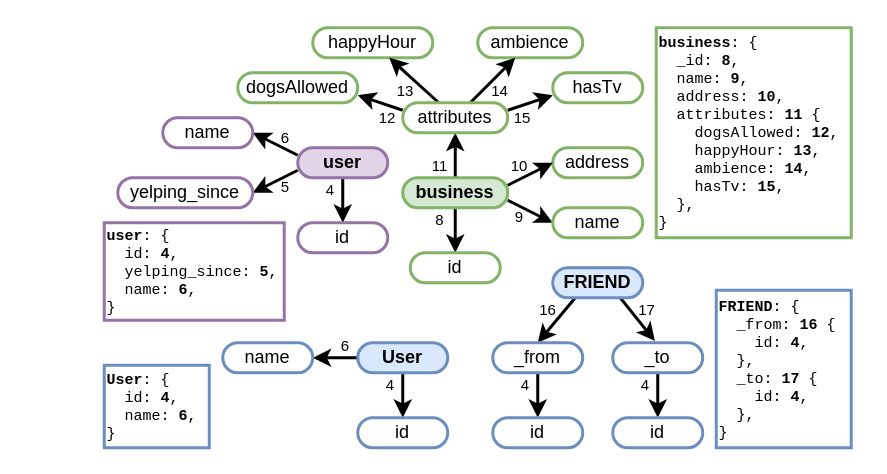
The draw.io diagram page "mapping_other" (5 of 16) of img/src/commentary.drawio in tuaki/phd-thesis, before the edit. Source tidied: cells renumbered, new cells numbered last; positions are measured from the earlier drawing's top-left corner, leaving out a move shared by most shapes. Both pictures are drawn from the tidied source at 150%, with x=0, y=0 at pixel (104, 27).
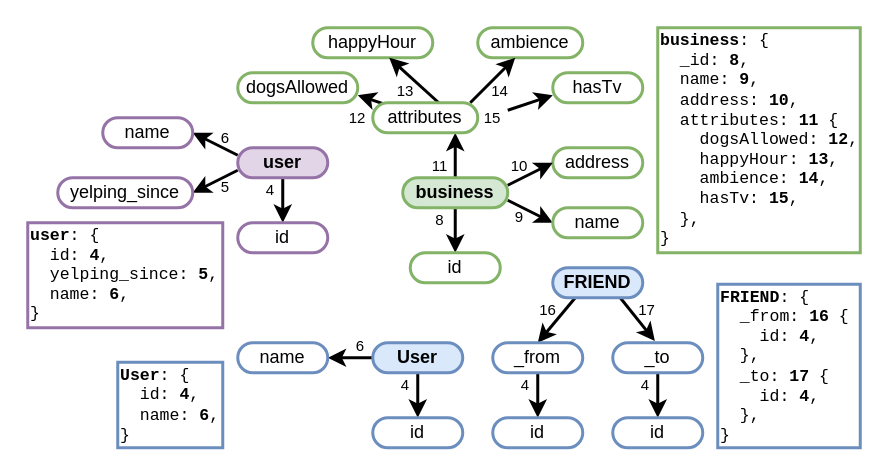
The same diagram, later.

Unchanged cells that the change refers to:
```xml
<mxCell id="42" value="business" style="rounded=1;whiteSpace=wrap;html=1;strokeWidth=2;arcSize=50;fontSize=12;fontStyle=1;fillColor=#d5e8d4;strokeColor=#82b366;" parent="1" vertex="1">
  <mxGeometry x="199" y="100" width="70" height="20" as="geometry" />
</mxCell>
<mxCell id="47" value="hasTv" style="rounded=1;whiteSpace=wrap;html=1;strokeWidth=2;arcSize=50;fontSize=12;fillColor=default;strokeColor=#82b366;" parent="1" vertex="1">
  <mxGeometry x="299" y="30" width="60" height="20" as="geometry" />
</mxCell>
<mxCell id="48" value="dogsAllowed" style="rounded=1;whiteSpace=wrap;html=1;strokeWidth=2;arcSize=50;fontSize=12;fillColor=default;strokeColor=#82b366;" parent="1" vertex="1">
  <mxGeometry x="89" y="30" width="80" height="20" as="geometry" />
</mxCell>
<mxCell id="56" value="ambience" style="rounded=1;whiteSpace=wrap;html=1;strokeWidth=2;arcSize=50;fontSize=12;fillColor=default;strokeColor=#82b366;" parent="1" vertex="1">
  <mxGeometry x="249" width="70" height="20" as="geometry" />
</mxCell>
<mxCell id="57" value="happyHour" style="rounded=1;whiteSpace=wrap;html=1;strokeWidth=2;arcSize=50;fontSize=12;fillColor=default;strokeColor=#82b366;" parent="1" vertex="1">
  <mxGeometry x="139" width="80" height="20" as="geometry" />
</mxCell>
```

Change to the diagram source:
```diff
@@
-    <mxCell id="2" value="&lt;b&gt;FRIEND&lt;/b&gt;: {&lt;div&gt;&amp;nbsp; _from: &lt;b&gt;16&lt;/b&gt;&amp;nbsp;{&lt;/div&gt;&lt;div&gt;&amp;nbsp; &amp;nbsp; id: &lt;b&gt;4&lt;/b&gt;,&lt;/div&gt;&lt;div&gt;&amp;nbsp; },&lt;/div&gt;&lt;div&gt;&amp;nbsp; _to: &lt;b&gt;17&lt;/b&gt;&amp;nbsp;{&lt;/div&gt;&lt;div&gt;&amp;nbsp; &amp;nbsp;&amp;nbsp;&lt;span style=&quot;background-color: transparent; color: light-dark(rgb(0, 0, 0), rgb(255, 255, 255));&quot;&gt;id: &lt;b&gt;4&lt;/b&gt;,&lt;/span&gt;&lt;/div&gt;&lt;div&gt;&amp;nbsp; },&lt;/div&gt;&lt;div&gt;&lt;div&gt;}&lt;/div&gt;&lt;/div&gt;" style="rounded=0;whiteSpace=wrap;html=1;fontSize=10;align=left;verticalAlign=middle;fillColor=none;strokeColor=#6c8ebf;strokeWidth=2;fontFamily=Courier New;" parent="1" vertex="1">
-      <mxGeometry x="408" y="175" width="90" height="105" as="geometry" />
+    <mxCell id="2" value="&lt;b&gt;FRIEND&lt;/b&gt;: {&lt;div&gt;&amp;nbsp; _from: &lt;b&gt;16&lt;/b&gt;&amp;nbsp;{&lt;/div&gt;&lt;div&gt;&amp;nbsp; &amp;nbsp; id: &lt;b&gt;4&lt;/b&gt;,&lt;/div&gt;&lt;div&gt;&amp;nbsp; },&lt;/div&gt;&lt;div&gt;&amp;nbsp; _to: &lt;b&gt;17&lt;/b&gt;&amp;nbsp;{&lt;/div&gt;&lt;div&gt;&amp;nbsp; &amp;nbsp;&amp;nbsp;&lt;span style=&quot;background-color: transparent; color: light-dark(rgb(0, 0, 0), rgb(255, 255, 255));&quot;&gt;id: &lt;b&gt;4&lt;/b&gt;,&lt;/span&gt;&lt;/div&gt;&lt;div&gt;&amp;nbsp; },&lt;/div&gt;&lt;div&gt;&lt;div&gt;}&lt;/div&gt;&lt;/div&gt;" style="rounded=0;whiteSpace=wrap;html=1;fontSize=11;align=left;verticalAlign=middle;fillColor=none;strokeColor=#6c8ebf;strokeWidth=2;fontFamily=Courier New;" parent="1" vertex="1">
+      <mxGeometry x="409" y="171" width="95" height="109" as="geometry" />
     </mxCell>
-    <mxCell id="3" value="&lt;b&gt;user&lt;/b&gt;: {&lt;div&gt;&amp;nbsp; id: &lt;b&gt;4&lt;/b&gt;,&lt;/div&gt;&lt;div&gt;&amp;nbsp; yelping_since: &lt;b&gt;5&lt;/b&gt;,&lt;/div&gt;&lt;div&gt;&amp;nbsp; &lt;span style=&quot;background-color: transparent; color: light-dark(rgb(0, 0, 0), rgb(255, 255, 255));&quot;&gt;name: &lt;b&gt;6&lt;/b&gt;,&lt;/span&gt;&lt;/div&gt;&lt;div&gt;&lt;div&gt;}&lt;/div&gt;&lt;/div&gt;" style="rounded=0;whiteSpace=wrap;html=1;fontSize=10;align=left;verticalAlign=middle;fillColor=none;strokeColor=#9673a6;strokeWidth=2;fontFamily=Courier New;" parent="1" vertex="1">
-      <mxGeometry y="130" width="120" height="65" as="geometry" />
+    <mxCell id="3" value="&lt;b&gt;user&lt;/b&gt;: {&lt;div&gt;&amp;nbsp; id: &lt;b&gt;4&lt;/b&gt;,&lt;/div&gt;&lt;div&gt;&amp;nbsp; yelping_since: &lt;b&gt;5&lt;/b&gt;,&lt;/div&gt;&lt;div&gt;&amp;nbsp; &lt;span style=&quot;background-color: transparent; color: light-dark(rgb(0, 0, 0), rgb(255, 255, 255));&quot;&gt;name: &lt;b&gt;6&lt;/b&gt;,&lt;/span&gt;&lt;/div&gt;&lt;div&gt;&lt;div&gt;}&lt;/div&gt;&lt;/div&gt;" style="rounded=0;whiteSpace=wrap;html=1;fontSize=11;align=left;verticalAlign=middle;fillColor=none;strokeColor=#9673a6;strokeWidth=2;fontFamily=Courier New;" parent="1" vertex="1">
+      <mxGeometry x="-51" y="130" width="130" height="70" as="geometry" />
     </mxCell>
-    <mxCell id="4" value="&lt;b&gt;User&lt;/b&gt;: {&lt;div&gt;&amp;nbsp; id: &lt;b&gt;4&lt;/b&gt;,&lt;/div&gt;&lt;div&gt;&amp;nbsp; name: &lt;b&gt;6&lt;/b&gt;,&lt;/div&gt;&lt;div&gt;&lt;div&gt;}&lt;/div&gt;&lt;/div&gt;" style="rounded=0;whiteSpace=wrap;html=1;fontSize=10;align=left;verticalAlign=middle;fillColor=none;strokeColor=#6c8ebf;strokeWidth=2;fontFamily=Courier New;" parent="1" vertex="1">
-      <mxGeometry y="225" width="70" height="55" as="geometry" />
+    <mxCell id="4" value="&lt;b&gt;User&lt;/b&gt;: {&lt;div&gt;&amp;nbsp; id: &lt;b&gt;4&lt;/b&gt;,&lt;/div&gt;&lt;div&gt;&amp;nbsp; name: &lt;b&gt;6&lt;/b&gt;,&lt;/div&gt;&lt;div&gt;&lt;div&gt;}&lt;/div&gt;&lt;/div&gt;" style="rounded=0;whiteSpace=wrap;html=1;fontSize=11;align=left;verticalAlign=middle;fillColor=none;strokeColor=#6c8ebf;strokeWidth=2;fontFamily=Courier New;" parent="1" vertex="1">
+      <mxGeometry x="9" y="223" width="70" height="57" as="geometry" />
     </mxCell>
-    <mxCell id="5" value="&lt;b&gt;business&lt;/b&gt;: {&lt;div&gt;&amp;nbsp; _id: &lt;b&gt;8&lt;/b&gt;,&lt;/div&gt;&lt;div&gt;&amp;nbsp; name: &lt;b&gt;9&lt;/b&gt;,&lt;/div&gt;&lt;div&gt;&amp;nbsp; &lt;span style=&quot;background-color: transparent; color: light-dark(rgb(0, 0, 0), rgb(255, 255, 255));&quot;&gt;address: &lt;b&gt;10&lt;/b&gt;,&lt;/span&gt;&lt;/div&gt;&lt;div&gt;&amp;nbsp; attributes: &lt;b&gt;11&lt;/b&gt;&amp;nbsp;{&lt;/div&gt;&lt;div&gt;&amp;nbsp; &amp;nbsp; dogsAllowed: &lt;b&gt;12&lt;/b&gt;,&lt;/div&gt;&lt;div&gt;&amp;nbsp; &amp;nbsp; happyHour: &lt;b&gt;13&lt;/b&gt;,&lt;/div&gt;&lt;div&gt;&amp;nbsp; &amp;nbsp; ambience: &lt;b&gt;14&lt;/b&gt;,&lt;/div&gt;&lt;div&gt;&amp;nbsp; &amp;nbsp; hasTv: &lt;b&gt;15&lt;/b&gt;,&lt;/div&gt;&lt;div&gt;&amp;nbsp; },&lt;/div&gt;&lt;div&gt;&lt;div&gt;}&lt;/div&gt;&lt;/div&gt;" style="rounded=0;whiteSpace=wrap;html=1;fontSize=10;align=left;verticalAlign=middle;fillColor=none;strokeColor=#82b366;strokeWidth=2;fontFamily=Courier New;" parent="1" vertex="1">
-      <mxGeometry x="368" width="130" height="140" as="geometry" />
+    <mxCell id="5" value="&lt;b&gt;business&lt;/b&gt;: {&lt;div&gt;&amp;nbsp; _id: &lt;b&gt;8&lt;/b&gt;,&lt;/div&gt;&lt;div&gt;&amp;nbsp; name: &lt;b&gt;9&lt;/b&gt;,&lt;/div&gt;&lt;div&gt;&amp;nbsp; &lt;span style=&quot;background-color: transparent; color: light-dark(rgb(0, 0, 0), rgb(255, 255, 255));&quot;&gt;address: &lt;b&gt;10&lt;/b&gt;,&lt;/span&gt;&lt;/div&gt;&lt;div&gt;&amp;nbsp; attributes: &lt;b&gt;11&lt;/b&gt;&amp;nbsp;{&lt;/div&gt;&lt;div&gt;&amp;nbsp; &amp;nbsp; dogsAllowed: &lt;b&gt;12&lt;/b&gt;,&lt;/div&gt;&lt;div&gt;&amp;nbsp; &amp;nbsp; happyHour: &lt;b&gt;13&lt;/b&gt;,&lt;/div&gt;&lt;div&gt;&amp;nbsp; &amp;nbsp; ambience: &lt;b&gt;14&lt;/b&gt;,&lt;/div&gt;&lt;div&gt;&amp;nbsp; &amp;nbsp; hasTv: &lt;b&gt;15&lt;/b&gt;,&lt;/div&gt;&lt;div&gt;&amp;nbsp; },&lt;/div&gt;&lt;div&gt;&lt;div&gt;}&lt;/div&gt;&lt;/div&gt;" style="rounded=0;whiteSpace=wrap;html=1;fontSize=11;align=left;verticalAlign=middle;fillColor=none;strokeColor=#82b366;strokeWidth=2;fontFamily=Courier New;" parent="1" vertex="1">
+      <mxGeometry x="369" width="135" height="150" as="geometry" />
     </mxCell>
     <mxCell id="6" style="group;" parent="1" vertex="1">
-      <mxGeometry x="9" y="60" width="180" height="90" as="geometry" />
+      <mxGeometry x="-31" y="60" width="180" height="90" as="geometry" />
     </mxCell>
@@
     <mxCell id="31" style="group;" parent="1" vertex="1">
-      <mxGeometry x="79" y="202" width="150" height="78" as="geometry" />
+      <mxGeometry x="89" y="202" width="150" height="78" as="geometry" />
     </mxCell>
@@
-    <mxCell id="41" style="rounded=0;jettySize=auto;html=1;strokeWidth=2;" parent="1" edge="1" source="42" target="63">
-      <mxGeometry relative="1" as="geometry" />
+    <mxCell id="41" style="rounded=0;jettySize=auto;html=1;strokeWidth=2;" parent="1" edge="1" source="42">
+      <mxGeometry relative="1" as="geometry">
+        <mxPoint x="234" y="70" as="targetPoint" />
+      </mxGeometry>
     </mxCell>
@@
-    <mxCell id="45" style="rounded=0;jettySize=auto;html=1;strokeWidth=2;entryX=1;entryY=0.75;entryDx=0;entryDy=0;exitX=0;exitY=0.25;exitDx=0;exitDy=0;" parent="1" edge="1" source="63" target="48">
-      <mxGeometry relative="1" as="geometry" />
+    <mxCell id="45" style="rounded=0;jettySize=auto;html=1;strokeWidth=2;entryX=1;entryY=0.75;entryDx=0;entryDy=0;exitX=0;exitY=0.25;exitDx=0;exitDy=0;" parent="1" edge="1" target="48">
+      <mxGeometry relative="1" as="geometry">
+        <mxPoint x="199" y="55" as="sourcePoint" />
+      </mxGeometry>
     </mxCell>
@@
-    <mxCell id="49" style="rounded=0;jettySize=auto;html=1;strokeWidth=2;entryX=0;entryY=0.75;entryDx=0;entryDy=0;exitX=1;exitY=0.25;exitDx=0;exitDy=0;" parent="1" edge="1" source="63" target="47">
-      <mxGeometry relative="1" as="geometry" />
+    <mxCell id="49" style="rounded=0;jettySize=auto;html=1;strokeWidth=2;entryX=0;entryY=0.75;entryDx=0;entryDy=0;exitX=1;exitY=0.25;exitDx=0;exitDy=0;" parent="1" edge="1" target="47">
+      <mxGeometry relative="1" as="geometry">
+        <mxPoint x="269" y="55" as="sourcePoint" />
+      </mxGeometry>
     </mxCell>
@@
     <mxCell id="52" value="&lt;p style=&quot;line-height: 100%;&quot;&gt;&lt;font style=&quot;font-size: 10px;&quot;&gt;12&lt;/font&gt;&lt;/p&gt;" style="text;html=1;align=center;verticalAlign=middle;whiteSpace=wrap;rounded=0;" parent="1" vertex="1">
-      <mxGeometry x="179" y="50" width="20" height="20" as="geometry" />
+      <mxGeometry x="159" y="50" width="20" height="20" as="geometry" />
     </mxCell>
@@
     <mxCell id="59" value="&lt;p style=&quot;line-height: 100%;&quot;&gt;&lt;font style=&quot;font-size: 10px;&quot;&gt;15&lt;/font&gt;&lt;/p&gt;" style="text;html=1;align=center;verticalAlign=middle;whiteSpace=wrap;rounded=0;" parent="1" vertex="1">
-      <mxGeometry x="269" y="50" width="20" height="20" as="geometry" />
+      <mxGeometry x="249" y="50" width="20" height="20" as="geometry" />
     </mxCell>
-    <mxCell id="60" style="rounded=0;jettySize=auto;html=1;strokeWidth=2;" parent="1" edge="1" source="63" target="57">
-      <mxGeometry relative="1" as="geometry" />
+    <mxCell id="60" style="rounded=0;jettySize=auto;html=1;strokeWidth=2;" parent="1" edge="1" target="57">
+      <mxGeometry relative="1" as="geometry">
+        <mxPoint x="223" y="50" as="sourcePoint" />
+      </mxGeometry>
     </mxCell>
-    <mxCell id="61" style="rounded=0;jettySize=auto;html=1;strokeWidth=2;" parent="1" edge="1" source="63" target="56">
-      <mxGeometry relative="1" as="geometry" />
+    <mxCell id="61" style="rounded=0;jettySize=auto;html=1;strokeWidth=2;" parent="1" edge="1" target="56">
+      <mxGeometry relative="1" as="geometry">
+        <mxPoint x="244" y="50" as="sourcePoint" />
+      </mxGeometry>
     </mxCell>
@@
     <mxCell id="63" value="attributes" style="rounded=1;whiteSpace=wrap;html=1;strokeWidth=2;arcSize=50;fontSize=12;fontStyle=0;fillColor=default;strokeColor=#82b366;" parent="1" vertex="1">
-      <mxGeometry x="199" y="50" width="70" height="20" as="geometry" />
+      <mxGeometry x="179" y="50" width="70" height="20" as="geometry" />
     </mxCell>
```
